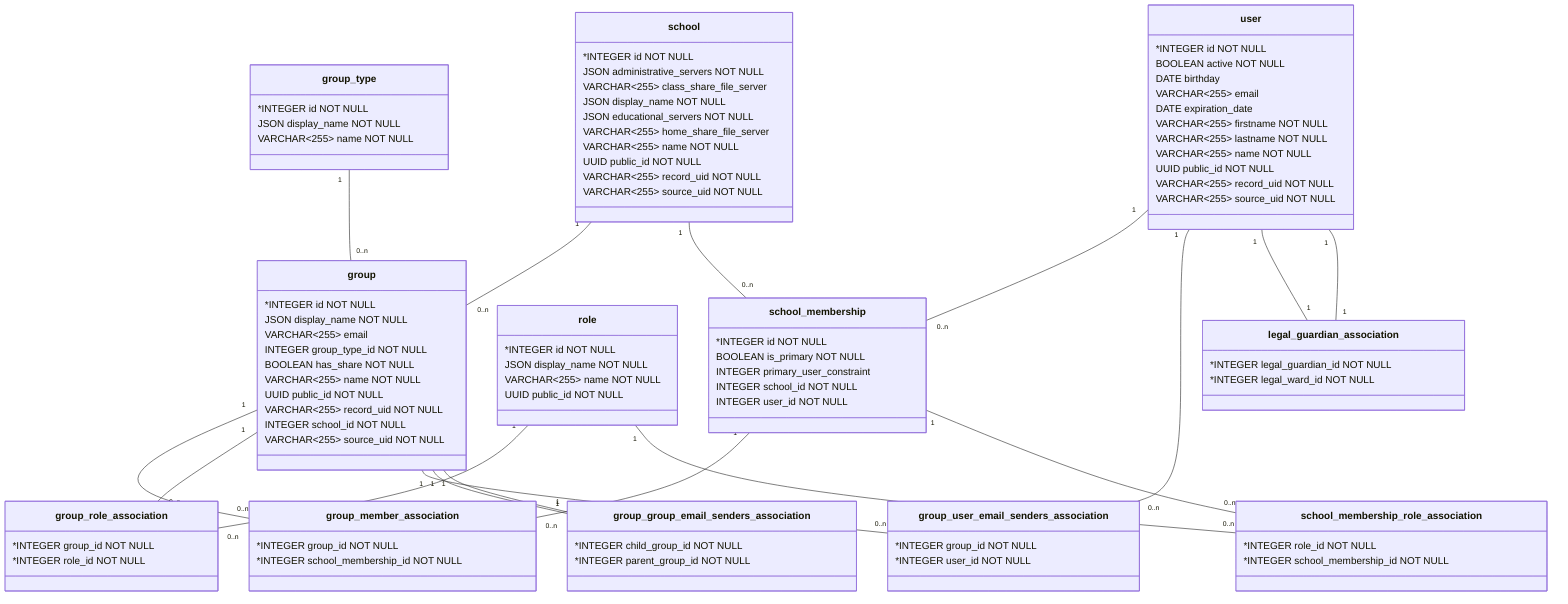
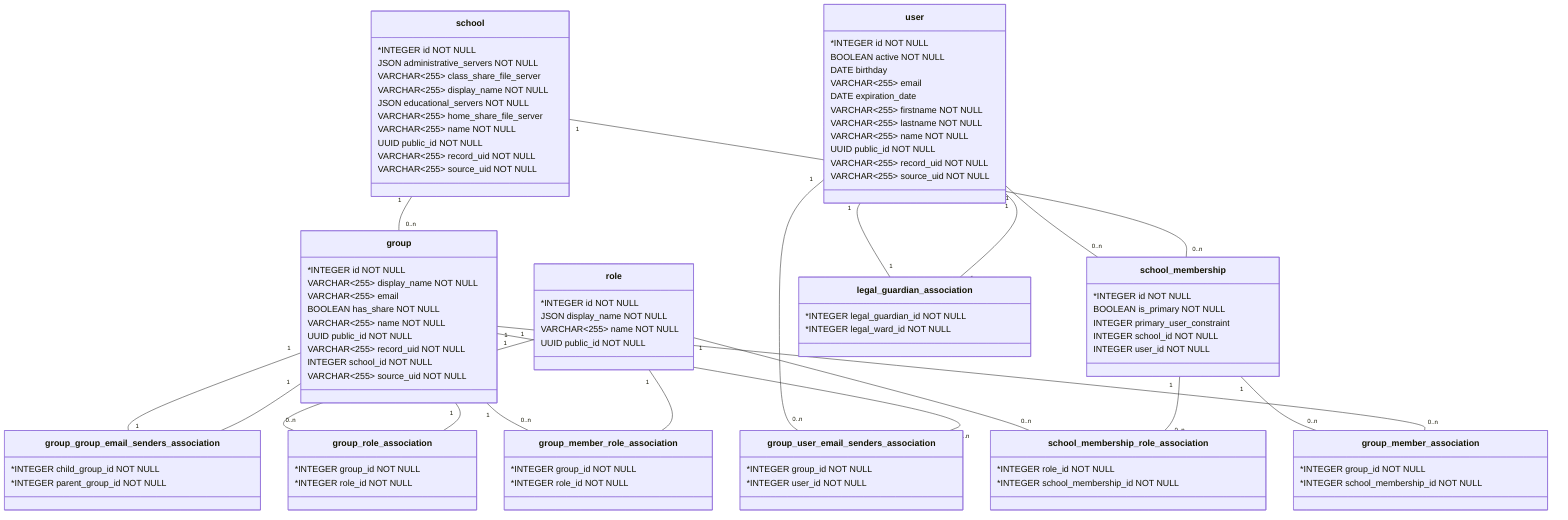
classDiagram
  class school{
    *INTEGER id NOT NULL
    JSON administrative_servers NOT NULL
    VARCHAR<255> class_share_file_server
-     JSON display_name NOT NULL
+     VARCHAR<255> display_name NOT NULL
    JSON educational_servers NOT NULL
    VARCHAR<255> home_share_file_server
    VARCHAR<255> name NOT NULL
    UUID public_id NOT NULL
    VARCHAR<255> record_uid NOT NULL
    VARCHAR<255> source_uid NOT NULL
  }
  class group{
    *INTEGER id NOT NULL
-     JSON display_name NOT NULL
+     VARCHAR<255> display_name NOT NULL
    VARCHAR<255> email
-     INTEGER group_type_id NOT NULL
    BOOLEAN has_share NOT NULL
    VARCHAR<255> name NOT NULL
    UUID public_id NOT NULL
    VARCHAR<255> record_uid NOT NULL
    INTEGER school_id NOT NULL
    VARCHAR<255> source_uid NOT NULL
  }
  class user{
    *INTEGER id NOT NULL
    BOOLEAN active NOT NULL
    DATE birthday
    VARCHAR<255> email
    DATE expiration_date
    VARCHAR<255> firstname NOT NULL
    VARCHAR<255> lastname NOT NULL
    VARCHAR<255> name NOT NULL
    UUID public_id NOT NULL
    VARCHAR<255> record_uid NOT NULL
    VARCHAR<255> source_uid NOT NULL
  }
  class role{
    *INTEGER id NOT NULL
    JSON display_name NOT NULL
    VARCHAR<255> name NOT NULL
    UUID public_id NOT NULL
  }
  class school_membership{
    *INTEGER id NOT NULL
    BOOLEAN is_primary NOT NULL
    INTEGER primary_user_constraint
    INTEGER school_id NOT NULL
    INTEGER user_id NOT NULL
  }
-   class group_type{
-     *INTEGER id NOT NULL
-     JSON display_name NOT NULL
-     VARCHAR<255> name NOT NULL
-   }
  class group_member_association{
    *INTEGER group_id NOT NULL
    *INTEGER school_membership_id NOT NULL
+   }
+   class group_member_role_association{
+     *INTEGER group_id NOT NULL
+     *INTEGER role_id NOT NULL
  }
  class group_role_association{
    *INTEGER group_id NOT NULL
    *INTEGER role_id NOT NULL
  }
  class school_membership_role_association{
    *INTEGER role_id NOT NULL
    *INTEGER school_membership_id NOT NULL
  }
  class group_user_email_senders_association{
    *INTEGER group_id NOT NULL
    *INTEGER user_id NOT NULL
  }
  class group_group_email_senders_association{
    *INTEGER child_group_id NOT NULL
    *INTEGER parent_group_id NOT NULL
  }
  class legal_guardian_association{
    *INTEGER legal_guardian_id NOT NULL
    *INTEGER legal_ward_id NOT NULL
  }
  school "1" -- "0..n" group
-   group_type "1" -- "0..n" group
  user "1" -- "0..n" school_membership
  school "1" -- "0..n" school_membership
  school_membership "1" -- "0..n" group_member_association
  group "1" -- "0..n" group_member_association
+   group "1" -- "0..n" group_member_role_association
+   role "1" -- "0..n" group_member_role_association
+   role "1" -- "0..n" group_role_association
  group "1" -- "0..n" group_role_association
-   role "1" -- "0..n" group_role_association
+   role "1" -- "0..n" school_membership_role_association
  school_membership "1" -- "0..n" school_membership_role_association
-   role "1" -- "0..n" school_membership_role_association
+   user "1" -- "0..n" group_user_email_senders_association
  group "1" -- "0..n" group_user_email_senders_association
-   user "1" -- "0..n" group_user_email_senders_association
  group "1" -- "1" group_group_email_senders_association
  group "1" -- "1" group_group_email_senders_association
  user "1" -- "1" legal_guardian_association
  user "1" -- "1" legal_guardian_association